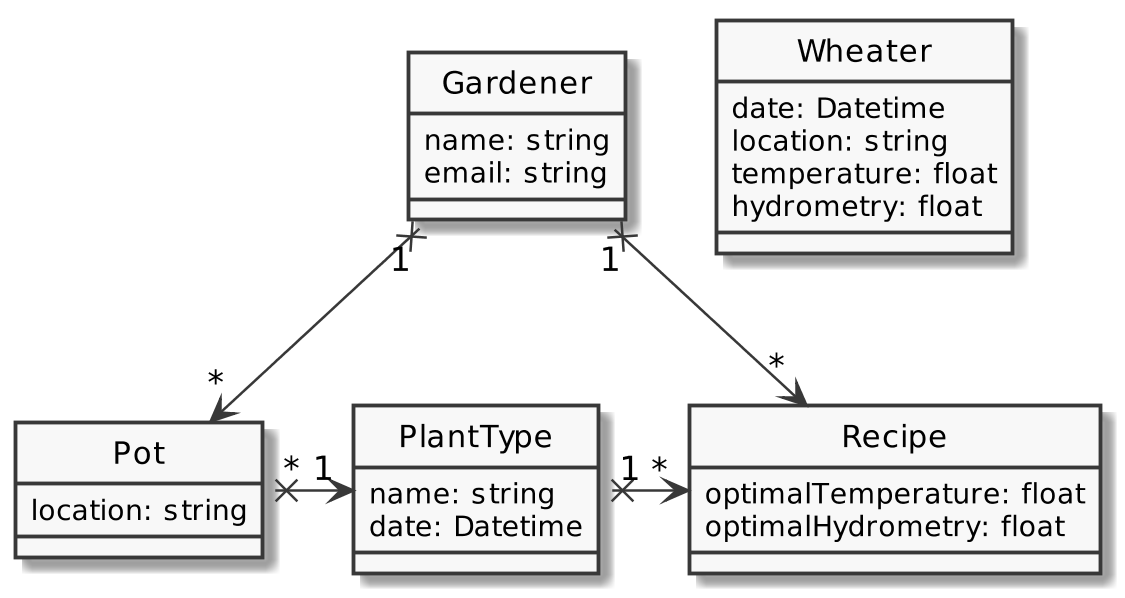
Earlier version of the PlantUML export plantuml.png (arnaud-dml/SensioLabs-Symfony-DevOps).
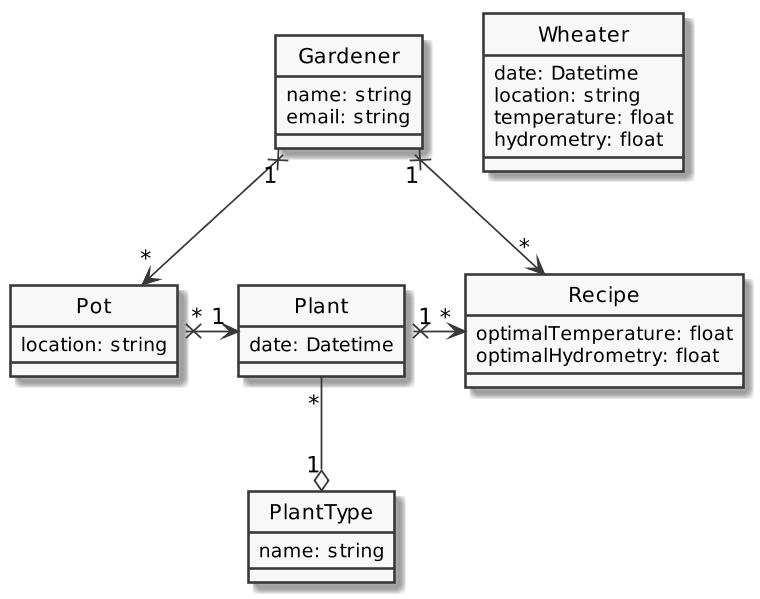
Later version of the same file.

Diff of the diagram source:
```diff
@@ -17,12 +17,16 @@
     location: string
 }
 
-Pot "*" x-> "1" PlantType
+Pot "*" x-> "1" Plant
+Plant "*" --o "1" PlantType
 Pot "*" <--x "1" Gardener
+
+class Plant {
+    date: Datetime
+}
 
 class PlantType {
     name: string
-    date: Datetime
 }
 
 class Gardener {
@@ -30,7 +34,7 @@
     email: string
 }
 
-PlantType "1" x-> "*" Recipe
+Plant "1" x-> "*" Recipe
 Gardener "1" x--> "*" Recipe
 
 class Recipe {
```
